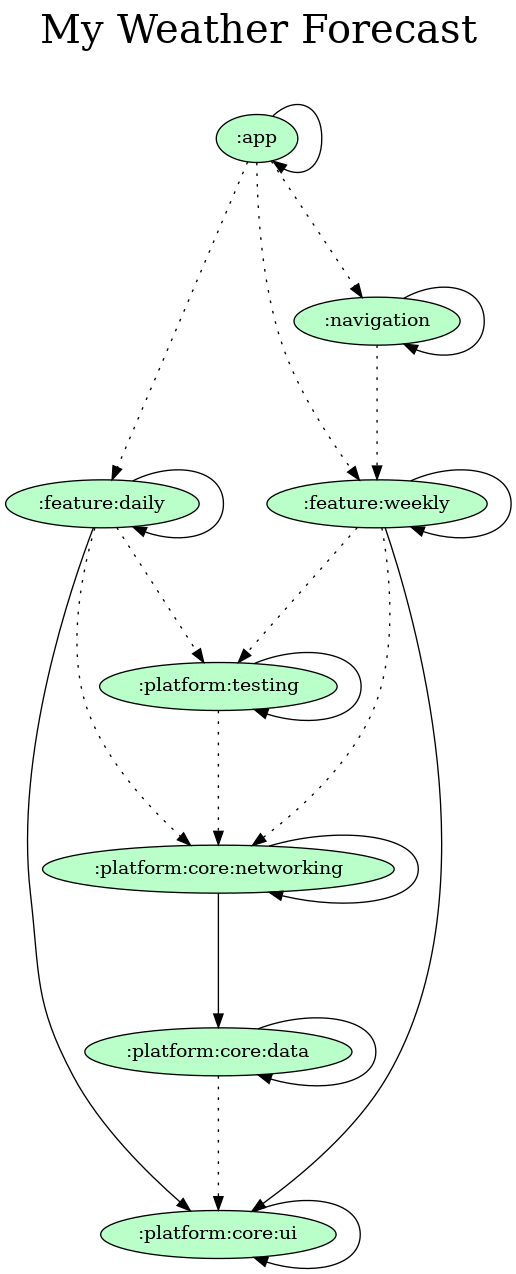
Above: gradle/dependency-graph/project.dot.png in orogersilva/myweatherforecast (Graphviz), before the change. Its source is kept beside it as gradle/dependency-graph/project.dot.
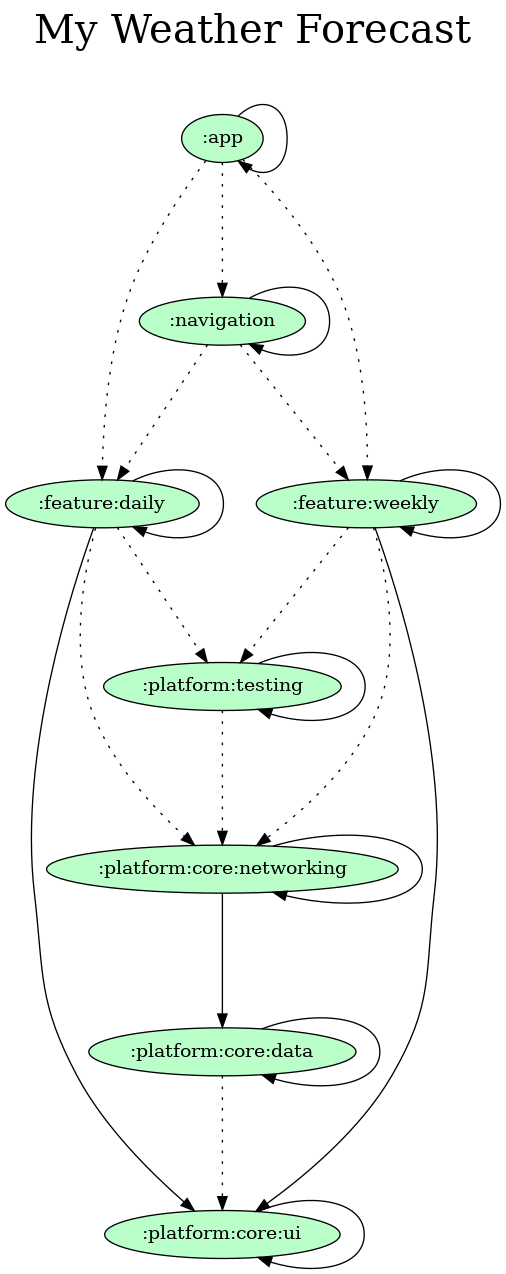
Above is the later version.

Commit message:
docs: Updating dependency graph

What changed in the source:
```diff
@@ -23,6 +23,7 @@
   ":app" -> ":feature:weekly" [style=dotted]
   ":app" -> ":navigation" [style=dotted]
   ":navigation" -> ":navigation"
+  ":navigation" -> ":feature:daily" [style=dotted]
   ":navigation" -> ":feature:weekly" [style=dotted]
   ":feature:daily" -> ":platform:core:ui"
   ":feature:daily" -> ":feature:daily"
```
